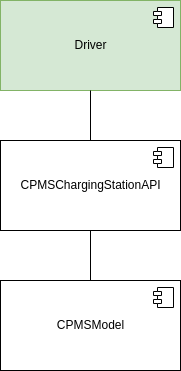
This is DD/Testing/CPMS/cpms-CPMSCharging.drawio.png from federico-mandelli/CoriglianoMandelliPignataro, a draw.io export, as it was before one commit. Source tidied: cells renumbered, new cells last; positions are measured from the earlier drawing's top-left corner, leaving out a move shared by most shapes. Its diagram source:
```xml
<mxGraphModel>
  <root>
    <mxCell id="0" />
    <mxCell id="1" parent="0" />
    <mxCell id="2" value="Driver" style="html=1;fillColor=#d5e8d4;strokeColor=#82b366;" parent="1" vertex="1">
      <mxGeometry width="180" height="90" as="geometry" />
    </mxCell>
    <mxCell id="3" style="shape=module;jettyWidth=8;jettyHeight=4;" parent="2" vertex="1">
      <mxGeometry x="1" width="20" height="20" relative="1" as="geometry">
        <mxPoint x="-27" y="7" as="offset" />
      </mxGeometry>
    </mxCell>
    <mxCell id="4" value="CPMSChargingStationAPI" style="html=1;" parent="1" vertex="1">
      <mxGeometry y="140" width="180" height="90" as="geometry" />
    </mxCell>
    <mxCell id="5" style="shape=module;jettyWidth=8;jettyHeight=4;" parent="4" vertex="1">
      <mxGeometry x="1" width="20" height="20" relative="1" as="geometry">
        <mxPoint x="-27" y="7" as="offset" />
      </mxGeometry>
    </mxCell>
    <mxCell id="6" style="endArrow=none;html=1;rounded=0;entryX=0.5;entryY=1;entryDx=0;entryDy=0;exitX=0.5;exitY=0;exitDx=0;exitDy=0;" parent="1" edge="1" source="4" target="2">
      <mxGeometry relative="1" as="geometry" />
    </mxCell>
    <mxCell id="7" value="CPMSModel" style="html=1;" parent="1" vertex="1">
      <mxGeometry y="280" width="180" height="90" as="geometry" />
    </mxCell>
    <mxCell id="8" style="shape=module;jettyWidth=8;jettyHeight=4;" parent="7" vertex="1">
      <mxGeometry x="1" width="20" height="20" relative="1" as="geometry">
        <mxPoint x="-27" y="7" as="offset" />
      </mxGeometry>
    </mxCell>
    <mxCell id="9" style="endArrow=none;html=1;rounded=0;entryX=0.5;entryY=1;entryDx=0;entryDy=0;exitX=0.5;exitY=0;exitDx=0;exitDy=0;" parent="1" edge="1" source="7">
      <mxGeometry relative="1" as="geometry">
        <mxPoint x="90" y="230" as="targetPoint" />
      </mxGeometry>
    </mxCell>
  </root>
</mxGraphModel>
```
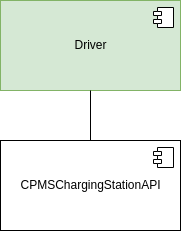
Above is the later version.

The edit, as a diff of the source:
```diff
@@ -21,18 +21,5 @@
     <mxCell id="6" style="endArrow=none;html=1;rounded=0;entryX=0.5;entryY=1;entryDx=0;entryDy=0;exitX=0.5;exitY=0;exitDx=0;exitDy=0;" parent="1" edge="1" source="4" target="2">
       <mxGeometry relative="1" as="geometry" />
     </mxCell>
-    <mxCell id="7" value="CPMSModel" style="html=1;" parent="1" vertex="1">
-      <mxGeometry y="280" width="180" height="90" as="geometry" />
-    </mxCell>
-    <mxCell id="8" style="shape=module;jettyWidth=8;jettyHeight=4;" parent="7" vertex="1">
-      <mxGeometry x="1" width="20" height="20" relative="1" as="geometry">
-        <mxPoint x="-27" y="7" as="offset" />
-      </mxGeometry>
-    </mxCell>
-    <mxCell id="9" style="endArrow=none;html=1;rounded=0;entryX=0.5;entryY=1;entryDx=0;entryDy=0;exitX=0.5;exitY=0;exitDx=0;exitDy=0;" parent="1" edge="1" source="7">
-      <mxGeometry relative="1" as="geometry">
-        <mxPoint x="90" y="230" as="targetPoint" />
-      </mxGeometry>
-    </mxCell>
   </root>
 </mxGraphModel>
```
